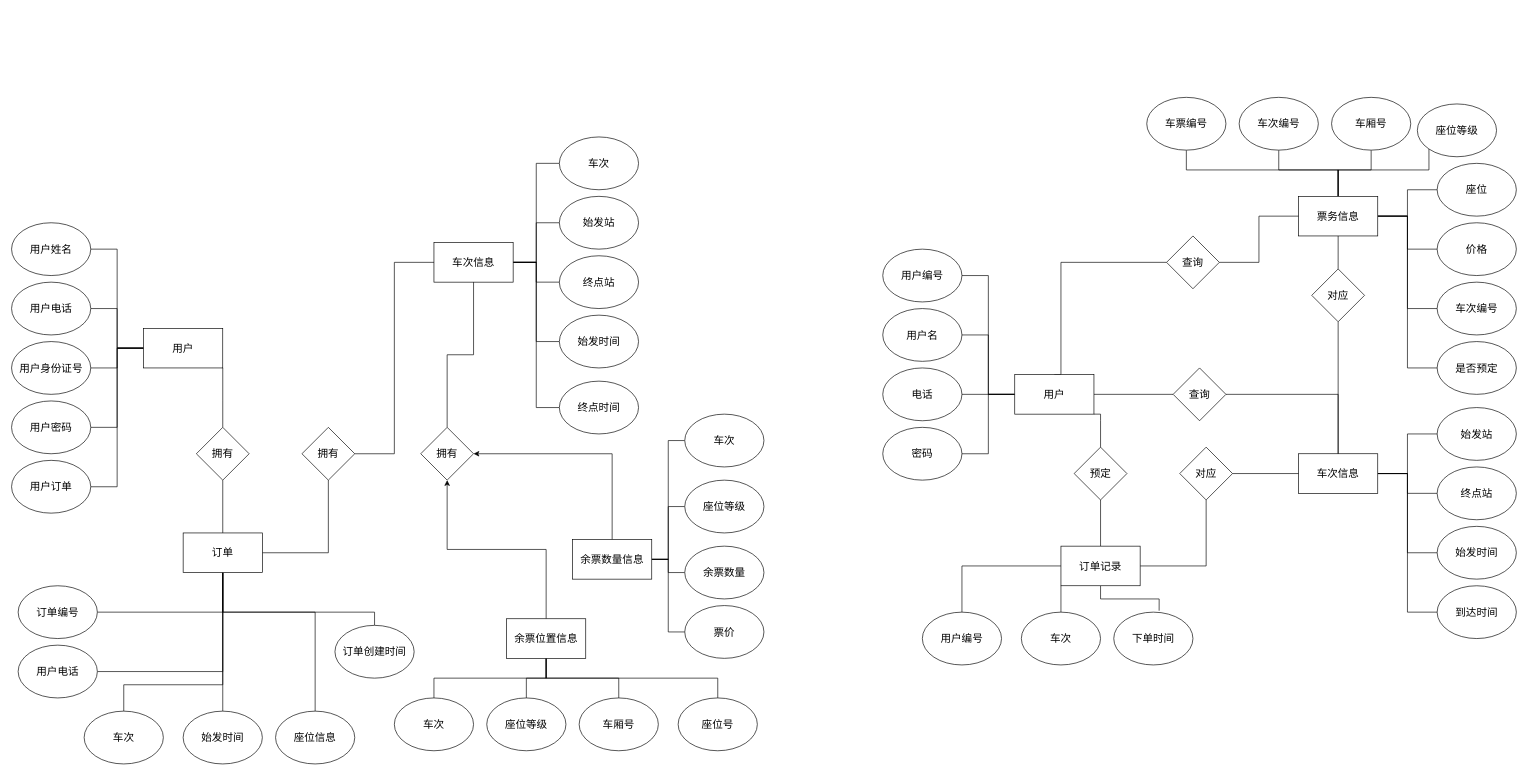
Above: train.drawio in Angelophenia/MyFirst (draw.io), before the change. Source tidied: cells renumbered, new cells numbered last; positions are measured from the earlier drawing's top-left corner, leaving out a move shared by most shapes. Both pictures are drawn from the tidied source at 66%, with x=0, y=0 at pixel (11, 97).
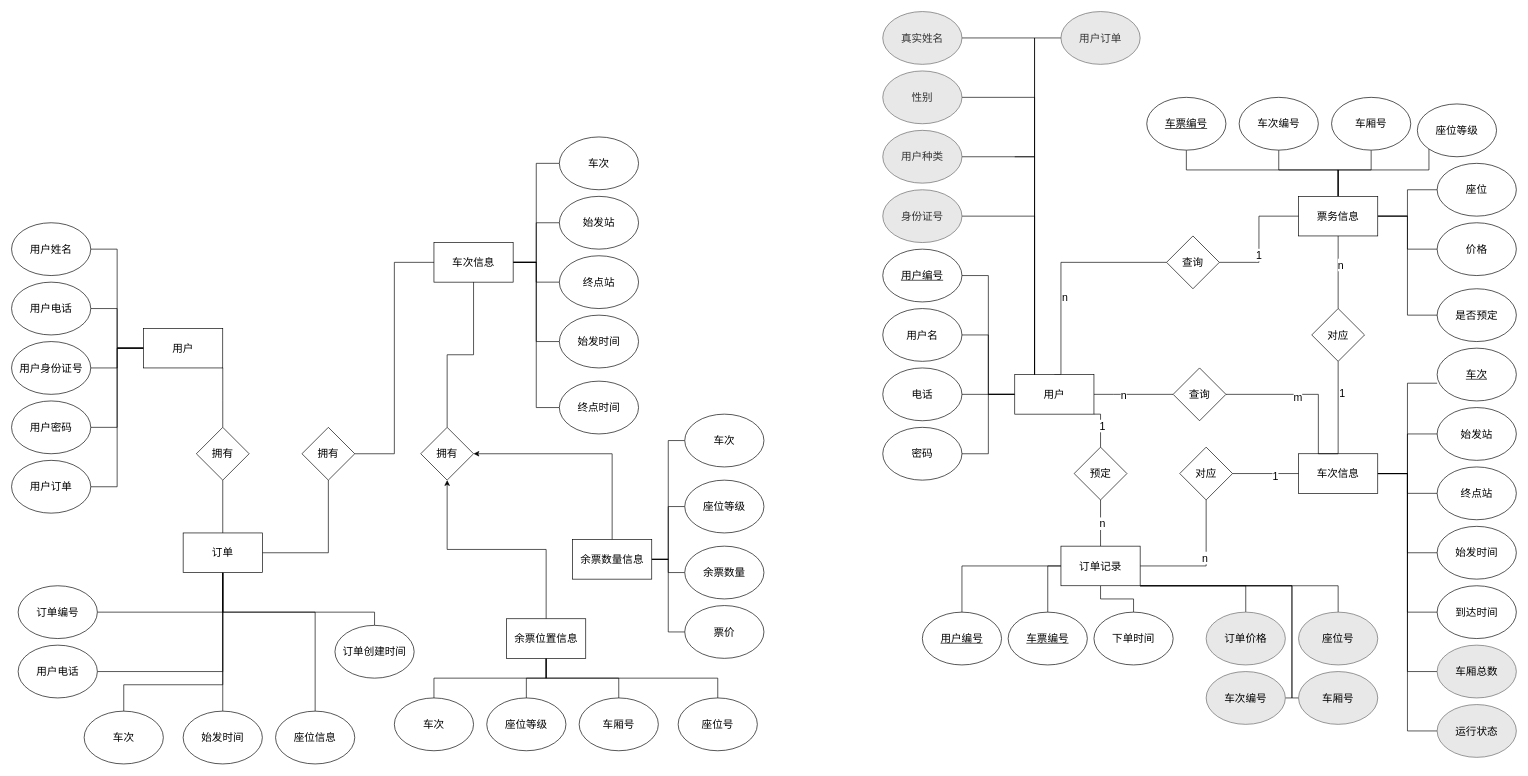
After the change.

Unchanged cells that the change refers to:
```xml
<mxCell id="66" style="edgeStyle=orthogonalEdgeStyle;rounded=0;jettySize=auto;html=1;entryX=0;entryY=0.5;entryDx=0;entryDy=0;fontSize=16;endArrow=none;endFill=0;exitX=0.5;exitY=0;exitDx=0;exitDy=0;" parent="1" edge="1" source="71" target="102">
  <mxGeometry relative="1" as="geometry">
    <Array as="points">
      <mxPoint x="1590" y="250" />
    </Array>
  </mxGeometry>
</mxCell>
<mxCell id="71" value="&lt;font style=&quot;font-size: 16px;&quot;&gt;用户&lt;/font&gt;" style="rounded=0;whiteSpace=wrap;html=1;" parent="1" vertex="1">
  <mxGeometry x="1520" y="420" width="120" height="60" as="geometry" />
</mxCell>
<mxCell id="72" style="edgeStyle=orthogonalEdgeStyle;rounded=0;jettySize=auto;html=1;fontSize=16;endArrow=none;endFill=0;" parent="1" edge="1" source="77" target="87">
  <mxGeometry relative="1" as="geometry" />
</mxCell>
<mxCell id="77" value="&lt;span style=&quot;font-size: 16px;&quot;&gt;车次信息&lt;/span&gt;" style="rounded=0;whiteSpace=wrap;html=1;" parent="1" vertex="1">
  <mxGeometry x="1950" y="540" width="120" height="60" as="geometry" />
</mxCell>
<mxCell id="78" style="edgeStyle=orthogonalEdgeStyle;rounded=0;jettySize=auto;html=1;entryX=0.5;entryY=1;entryDx=0;entryDy=0;fontSize=16;endArrow=none;endFill=0;" parent="1" edge="1" source="83" target="89">
  <mxGeometry relative="1" as="geometry" />
</mxCell>
<mxCell id="83" value="&lt;span style=&quot;font-size: 16px;&quot;&gt;订单记录&lt;/span&gt;" style="rounded=0;whiteSpace=wrap;html=1;" parent="1" vertex="1">
  <mxGeometry x="1590" y="680" width="120" height="60" as="geometry" />
</mxCell>
<mxCell id="84" style="edgeStyle=orthogonalEdgeStyle;rounded=0;jettySize=auto;html=1;exitX=0.5;exitY=0;exitDx=0;exitDy=0;entryX=1;entryY=1;entryDx=0;entryDy=0;fontSize=16;endArrow=none;endFill=0;" parent="1" edge="1" source="85" target="71">
  <mxGeometry relative="1" as="geometry">
    <Array as="points">
      <mxPoint x="1650" y="490" />
      <mxPoint x="1650" y="490" />
    </Array>
  </mxGeometry>
</mxCell>
<mxCell id="85" value="预定" style="rhombus;whiteSpace=wrap;html=1;fontSize=16;" parent="1" vertex="1">
  <mxGeometry x="1610" y="530" width="80" height="80" as="geometry" />
</mxCell>
<mxCell id="86" style="edgeStyle=orthogonalEdgeStyle;rounded=0;jettySize=auto;html=1;fontSize=16;endArrow=none;endFill=0;" parent="1" edge="1" source="87" target="98">
  <mxGeometry relative="1" as="geometry" />
</mxCell>
<mxCell id="88" style="edgeStyle=orthogonalEdgeStyle;rounded=0;jettySize=auto;html=1;fontSize=16;endArrow=none;endFill=0;" parent="1" edge="1" source="89" target="77">
  <mxGeometry relative="1" as="geometry" />
</mxCell>
<mxCell id="98" value="&lt;span style=&quot;font-size: 16px;&quot;&gt;票务信息&lt;/span&gt;" style="rounded=0;whiteSpace=wrap;html=1;" parent="1" vertex="1">
  <mxGeometry x="1950" y="150" width="120" height="60" as="geometry" />
</mxCell>
<mxCell id="100" value="查询" style="rhombus;whiteSpace=wrap;html=1;fontSize=16;" parent="1" vertex="1">
  <mxGeometry x="1760" y="410" width="80" height="80" as="geometry" />
</mxCell>
<mxCell id="101" style="edgeStyle=orthogonalEdgeStyle;rounded=0;jettySize=auto;html=1;entryX=0;entryY=0.5;entryDx=0;entryDy=0;fontSize=16;endArrow=none;endFill=0;" parent="1" edge="1" source="102" target="98">
  <mxGeometry relative="1" as="geometry" />
</mxCell>
```

Diff of the diagram source:
```diff
@@
     <mxCell id="65" style="edgeStyle=orthogonalEdgeStyle;rounded=0;jettySize=auto;html=1;fontSize=16;endArrow=none;endFill=0;" parent="1" edge="1" source="71" target="100">
-      <mxGeometry relative="1" as="geometry" />
+      <mxGeometry relative="1" as="geometry">
+        <Array as="points">
+          <mxPoint x="1670" y="450" />
+          <mxPoint x="1670" y="450" />
+        </Array>
+      </mxGeometry>
     </mxCell>
+    <mxCell id="122" value="n" style="edgeLabel;html=1;align=center;verticalAlign=middle;fontSize=16;" parent="65" vertex="1">
+      <mxGeometry x="-0.26" relative="1" as="geometry" />
+    </mxCell>
@@
+    <mxCell id="123" value="n" style="edgeLabel;html=1;align=center;verticalAlign=middle;fontSize=16;" parent="66" vertex="1">
+      <mxGeometry x="-0.25" y="-5" relative="1" as="geometry" />
+    </mxCell>
@@
+    <mxCell id="124" style="edgeStyle=orthogonalEdgeStyle;rounded=0;jettySize=auto;html=1;entryX=0;entryY=0.5;entryDx=0;entryDy=0;fontSize=16;endArrow=none;endFill=0;" parent="1" edge="1" source="71" target="154">
+      <mxGeometry relative="1" as="geometry">
+        <Array as="points">
+          <mxPoint x="1550" y="-90" />
+        </Array>
+      </mxGeometry>
+    </mxCell>
@@
+    <mxCell id="125" value="1" style="edgeLabel;html=1;align=center;verticalAlign=middle;fontSize=16;" parent="72" vertex="1">
+      <mxGeometry x="0.31" y="-5" relative="1" as="geometry" />
+    </mxCell>
@@
+    <mxCell id="126" style="edgeStyle=orthogonalEdgeStyle;rounded=0;jettySize=auto;html=1;entryX=0;entryY=0.664;entryDx=0;entryDy=0;entryPerimeter=0;fontSize=16;endArrow=none;endFill=0;" parent="1" edge="1" source="77" target="140">
+      <mxGeometry relative="1" as="geometry" />
+    </mxCell>
+    <mxCell id="127" style="edgeStyle=orthogonalEdgeStyle;rounded=0;jettySize=auto;html=1;entryX=0;entryY=0.5;entryDx=0;entryDy=0;fontSize=16;endArrow=none;endFill=0;" parent="1" edge="1" source="77" target="152">
+      <mxGeometry relative="1" as="geometry" />
+    </mxCell>
+    <mxCell id="128" style="edgeStyle=orthogonalEdgeStyle;rounded=0;jettySize=auto;html=1;entryX=0;entryY=0.5;entryDx=0;entryDy=0;fontSize=16;endArrow=none;endFill=0;" parent="1" edge="1" source="77" target="153">
+      <mxGeometry relative="1" as="geometry" />
+    </mxCell>
@@
+    <mxCell id="129" value="n" style="edgeLabel;html=1;align=center;verticalAlign=middle;fontSize=16;" parent="78" vertex="1">
+      <mxGeometry x="0.13" y="3" relative="1" as="geometry" />
+    </mxCell>
     <mxCell id="79" style="edgeStyle=orthogonalEdgeStyle;rounded=0;jettySize=auto;html=1;entryX=0.5;entryY=1;entryDx=0;entryDy=0;fontSize=16;endArrow=none;endFill=0;" parent="1" edge="1" source="83" target="85">
-      <mxGeometry relative="1" as="geometry" />
+      <mxGeometry relative="1" as="geometry">
+        <Array as="points">
+          <mxPoint x="1650" y="650" />
+          <mxPoint x="1650" y="650" />
+        </Array>
+      </mxGeometry>
     </mxCell>
+    <mxCell id="130" value="n" style="edgeLabel;html=1;align=center;verticalAlign=middle;fontSize=16;" parent="79" vertex="1">
+      <mxGeometry y="-2" relative="1" as="geometry" />
+    </mxCell>
@@
+    <mxCell id="131" style="edgeStyle=orthogonalEdgeStyle;rounded=0;jettySize=auto;html=1;exitX=1;exitY=1;exitDx=0;exitDy=0;fontSize=16;endArrow=none;endFill=0;" parent="1" edge="1" source="83" target="149">
+      <mxGeometry relative="1" as="geometry">
+        <Array as="points">
+          <mxPoint x="1870" y="740" />
+        </Array>
+      </mxGeometry>
+    </mxCell>
-    <mxCell id="81" style="edgeStyle=orthogonalEdgeStyle;rounded=0;jettySize=auto;html=1;exitX=0;exitY=1;exitDx=0;exitDy=0;fontSize=16;endArrow=none;endFill=0;" parent="1" edge="1" source="83" target="108">
-      <mxGeometry relative="1" as="geometry" />
+    <mxCell id="81" style="edgeStyle=orthogonalEdgeStyle;rounded=0;jettySize=auto;html=1;fontSize=16;endArrow=none;endFill=0;" parent="1" edge="1" source="83" target="108">
+      <mxGeometry relative="1" as="geometry">
+        <Array as="points">
+          <mxPoint x="1570" y="710" />
+        </Array>
+      </mxGeometry>
     </mxCell>
-    <mxCell id="82" style="edgeStyle=orthogonalEdgeStyle;rounded=0;jettySize=auto;html=1;entryX=0.573;entryY=-0.027;entryDx=0;entryDy=0;entryPerimeter=0;fontSize=16;endArrow=none;endFill=0;" parent="1" edge="1" source="83" target="109">
+    <mxCell id="82" style="edgeStyle=orthogonalEdgeStyle;rounded=0;jettySize=auto;html=1;fontSize=16;endArrow=none;endFill=0;exitX=0.5;exitY=1;exitDx=0;exitDy=0;" parent="1" edge="1" source="83" target="109">
       <mxGeometry relative="1" as="geometry" />
     </mxCell>
+    <mxCell id="132" style="edgeStyle=orthogonalEdgeStyle;rounded=0;jettySize=auto;html=1;fontSize=16;endArrow=none;endFill=0;exitX=1;exitY=1;exitDx=0;exitDy=0;" parent="1" edge="1" source="83" target="150">
+      <mxGeometry relative="1" as="geometry">
+        <Array as="points">
+          <mxPoint x="2010" y="740" />
+        </Array>
+      </mxGeometry>
+    </mxCell>
+    <mxCell id="133" style="edgeStyle=orthogonalEdgeStyle;rounded=0;jettySize=auto;html=1;fontSize=16;endArrow=none;endFill=0;exitX=1;exitY=1;exitDx=0;exitDy=0;" parent="1" edge="1" source="83" target="151">
+      <mxGeometry relative="1" as="geometry">
+        <Array as="points">
+          <mxPoint x="1940" y="740" />
+        </Array>
+      </mxGeometry>
+    </mxCell>
+    <mxCell id="134" style="edgeStyle=orthogonalEdgeStyle;rounded=0;jettySize=auto;html=1;entryX=1;entryY=0.5;entryDx=0;entryDy=0;fontSize=16;endArrow=none;endFill=0;exitX=1;exitY=1;exitDx=0;exitDy=0;" parent="1" edge="1" source="83" target="110">
+      <mxGeometry relative="1" as="geometry">
+        <Array as="points">
+          <mxPoint x="1940" y="740" />
+          <mxPoint x="1940" y="910" />
+        </Array>
+      </mxGeometry>
+    </mxCell>
@@
+    <mxCell id="135" value="1" style="edgeLabel;html=1;align=center;verticalAlign=middle;fontSize=16;" parent="84" vertex="1">
+      <mxGeometry x="0.11" y="-2" relative="1" as="geometry" />
+    </mxCell>
@@
+    <mxCell id="136" value="n" style="edgeLabel;html=1;align=center;verticalAlign=middle;fontSize=16;" parent="86" vertex="1">
+      <mxGeometry x="0.22" y="-3" relative="1" as="geometry" />
+    </mxCell>
     <mxCell id="87" value="对应" style="rhombus;whiteSpace=wrap;html=1;fontSize=16;" parent="1" vertex="1">
-      <mxGeometry x="1970" y="260" width="80" height="80" as="geometry" />
+      <mxGeometry x="1970" y="320" width="80" height="80" as="geometry" />
     </mxCell>
@@
+    <mxCell id="137" value="1" style="edgeLabel;html=1;align=center;verticalAlign=middle;fontSize=16;" parent="88" vertex="1">
+      <mxGeometry x="0.26" y="-4" relative="1" as="geometry">
+        <mxPoint x="1" as="offset" />
+      </mxGeometry>
+    </mxCell>
@@
-    <mxCell id="96" style="edgeStyle=orthogonalEdgeStyle;rounded=0;jettySize=auto;html=1;entryX=0;entryY=0.5;entryDx=0;entryDy=0;fontSize=16;endArrow=none;endFill=0;" parent="1" edge="1" source="98" target="110">
-      <mxGeometry relative="1" as="geometry" />
-    </mxCell>
@@
     <mxCell id="99" style="edgeStyle=orthogonalEdgeStyle;rounded=0;jettySize=auto;html=1;entryX=0.5;entryY=0;entryDx=0;entryDy=0;fontSize=16;endArrow=none;endFill=0;" parent="1" edge="1" source="100" target="77">
-      <mxGeometry relative="1" as="geometry" />
+      <mxGeometry relative="1" as="geometry">
+        <Array as="points">
+          <mxPoint x="1980" y="450" />
+          <mxPoint x="1980" y="540" />
+        </Array>
+      </mxGeometry>
     </mxCell>
+    <mxCell id="138" value="m" style="edgeLabel;html=1;align=center;verticalAlign=middle;fontSize=16;" parent="99" vertex="1">
+      <mxGeometry x="-0.17" y="-3" relative="1" as="geometry" />
+    </mxCell>
@@
+    <mxCell id="139" value="1" style="edgeLabel;html=1;align=center;verticalAlign=middle;fontSize=16;" parent="101" vertex="1">
+      <mxGeometry x="-0.24" y="1" relative="1" as="geometry" />
+    </mxCell>
@@
-    <mxCell id="103" value="用户编号" style="ellipse;whiteSpace=wrap;html=1;fontSize=16;" parent="1" vertex="1">
+    <mxCell id="103" value="&lt;u&gt;用户编号&lt;/u&gt;" style="ellipse;whiteSpace=wrap;html=1;fontSize=16;" parent="1" vertex="1">
       <mxGeometry x="1380" y="780" width="120" height="80" as="geometry" />
     </mxCell>
-    <mxCell id="104" value="用户编号" style="ellipse;whiteSpace=wrap;html=1;fontSize=16;" parent="1" vertex="1">
+    <mxCell id="104" value="&lt;u&gt;用户编号&lt;/u&gt;" style="ellipse;whiteSpace=wrap;html=1;fontSize=16;" parent="1" vertex="1">
       <mxGeometry x="1320" y="230" width="120" height="80" as="geometry" />
     </mxCell>
@@
-    <mxCell id="108" value="车次" style="ellipse;whiteSpace=wrap;html=1;fontSize=16;" parent="1" vertex="1">
-      <mxGeometry x="1530" y="780" width="120" height="80" as="geometry" />
+    <mxCell id="108" value="&lt;u&gt;车票编号&lt;/u&gt;" style="ellipse;whiteSpace=wrap;html=1;fontSize=16;" parent="1" vertex="1">
+      <mxGeometry x="1510" y="780" width="120" height="80" as="geometry" />
     </mxCell>
     <mxCell id="109" value="下单时间" style="ellipse;whiteSpace=wrap;html=1;fontSize=16;" parent="1" vertex="1">
-      <mxGeometry x="1670" y="780" width="120" height="80" as="geometry" />
+      <mxGeometry x="1640" y="780" width="120" height="80" as="geometry" />
     </mxCell>
-    <mxCell id="110" value="车次编号" style="ellipse;whiteSpace=wrap;html=1;fontSize=16;" parent="1" vertex="1">
-      <mxGeometry x="2160" y="280" width="120" height="80" as="geometry" />
-    </mxCell>
@@
-    <mxCell id="115" value="车票编号" style="ellipse;whiteSpace=wrap;html=1;fontSize=16;" parent="1" vertex="1">
+    <mxCell id="115" value="&lt;u&gt;车票编号&lt;/u&gt;" style="ellipse;whiteSpace=wrap;html=1;fontSize=16;" parent="1" vertex="1">
       <mxGeometry x="1720" width="120" height="80" as="geometry" />
     </mxCell>
@@
     <mxCell id="121" value="是否预定" style="ellipse;whiteSpace=wrap;html=1;fontSize=16;" parent="1" vertex="1">
-      <mxGeometry x="2160" y="370" width="120" height="80" as="geometry" />
+      <mxGeometry x="2160" y="290" width="120" height="80" as="geometry" />
     </mxCell>
+    <mxCell id="140" value="&lt;u&gt;车次&lt;/u&gt;" style="ellipse;whiteSpace=wrap;html=1;fontSize=16;" parent="1" vertex="1">
+      <mxGeometry x="2160" y="380" width="120" height="80" as="geometry" />
+    </mxCell>
+    <mxCell id="141" style="edgeStyle=orthogonalEdgeStyle;rounded=0;jettySize=auto;html=1;entryX=1;entryY=0.5;entryDx=0;entryDy=0;fontSize=16;endArrow=none;endFill=0;" parent="1" edge="1" target="145">
+      <mxGeometry relative="1" as="geometry">
+        <mxPoint x="1520" y="90" as="sourcePoint" />
+        <Array as="points">
+          <mxPoint x="1550" y="90" />
+          <mxPoint x="1550" y="-90" />
+        </Array>
+      </mxGeometry>
+    </mxCell>
+    <mxCell id="142" style="edgeStyle=orthogonalEdgeStyle;rounded=0;jettySize=auto;html=1;entryX=1;entryY=0.5;entryDx=0;entryDy=0;fontSize=16;endArrow=none;endFill=0;exitX=0.25;exitY=0;exitDx=0;exitDy=0;" parent="1" edge="1" source="71" target="146">
+      <mxGeometry relative="1" as="geometry" />
+    </mxCell>
+    <mxCell id="143" style="edgeStyle=orthogonalEdgeStyle;rounded=0;jettySize=auto;html=1;fontSize=16;endArrow=none;endFill=0;exitX=0.25;exitY=0;exitDx=0;exitDy=0;" parent="1" edge="1" source="71" target="147">
+      <mxGeometry relative="1" as="geometry">
+        <Array as="points">
+          <mxPoint x="1550" y="90" />
+        </Array>
+      </mxGeometry>
+    </mxCell>
+    <mxCell id="144" style="edgeStyle=orthogonalEdgeStyle;rounded=0;jettySize=auto;html=1;entryX=1;entryY=0.5;entryDx=0;entryDy=0;fontSize=16;endArrow=none;endFill=0;exitX=0.25;exitY=0;exitDx=0;exitDy=0;" parent="1" edge="1" source="71" target="148">
+      <mxGeometry relative="1" as="geometry" />
+    </mxCell>
+    <mxCell id="145" value="真实姓名" style="ellipse;whiteSpace=wrap;html=1;fontSize=16;strokeColor=#666666;fillColor=#E8E8E8;fontColor=#333333;" parent="1" vertex="1">
+      <mxGeometry x="1320" y="-130" width="120" height="80" as="geometry" />
+    </mxCell>
+    <mxCell id="146" value="性别" style="ellipse;whiteSpace=wrap;html=1;fontSize=16;strokeColor=#666666;fillColor=#E8E8E8;fontColor=#333333;" parent="1" vertex="1">
+      <mxGeometry x="1320" y="-40" width="120" height="80" as="geometry" />
+    </mxCell>
+    <mxCell id="147" value="用户种类" style="ellipse;whiteSpace=wrap;html=1;fontSize=16;strokeColor=#666666;fillColor=#E8E8E8;fontColor=#333333;" parent="1" vertex="1">
+      <mxGeometry x="1320" y="50" width="120" height="80" as="geometry" />
+    </mxCell>
+    <mxCell id="148" value="身份证号" style="ellipse;whiteSpace=wrap;html=1;fontSize=16;strokeColor=#666666;fillColor=#E8E8E8;fontColor=#333333;" parent="1" vertex="1">
+      <mxGeometry x="1320" y="140" width="120" height="80" as="geometry" />
+    </mxCell>
+    <mxCell id="149" value="订单价格" style="ellipse;whiteSpace=wrap;html=1;fontSize=16;fillColor=#E8E8E8;strokeColor=#666666;" parent="1" vertex="1">
+      <mxGeometry x="1810" y="780" width="120" height="80" as="geometry" />
+    </mxCell>
+    <mxCell id="150" value="座位号" style="ellipse;whiteSpace=wrap;html=1;fontSize=16;fillColor=#E8E8E8;strokeColor=#666666;" parent="1" vertex="1">
+      <mxGeometry x="1950" y="780" width="120" height="80" as="geometry" />
+    </mxCell>
+    <mxCell id="151" value="车厢号" style="ellipse;whiteSpace=wrap;html=1;fontSize=16;fillColor=#E8E8E8;strokeColor=#666666;" parent="1" vertex="1">
+      <mxGeometry x="1950" y="870" width="120" height="80" as="geometry" />
+    </mxCell>
+    <mxCell id="110" value="车次编号" style="ellipse;whiteSpace=wrap;html=1;fontSize=16;fillColor=#E8E8E8;strokeColor=#666666;" parent="1" vertex="1">
+      <mxGeometry x="1810" y="870" width="120" height="80" as="geometry" />
+    </mxCell>
+    <mxCell id="152" value="车厢总数" style="ellipse;whiteSpace=wrap;html=1;fontSize=16;fillColor=#E8E8E8;strokeColor=#666666;" parent="1" vertex="1">
+      <mxGeometry x="2160" y="830" width="120" height="80" as="geometry" />
+    </mxCell>
+    <mxCell id="153" value="运行状态" style="ellipse;whiteSpace=wrap;html=1;fontSize=16;fillColor=#E8E8E8;strokeColor=#666666;" parent="1" vertex="1">
+      <mxGeometry x="2160" y="920" width="120" height="80" as="geometry" />
+    </mxCell>
+    <mxCell id="154" value="用户订单" style="ellipse;whiteSpace=wrap;html=1;fontSize=16;strokeColor=#666666;fillColor=#E8E8E8;fontColor=#333333;" parent="1" vertex="1">
+      <mxGeometry x="1590" y="-130" width="120" height="80" as="geometry" />
+    </mxCell>
```
